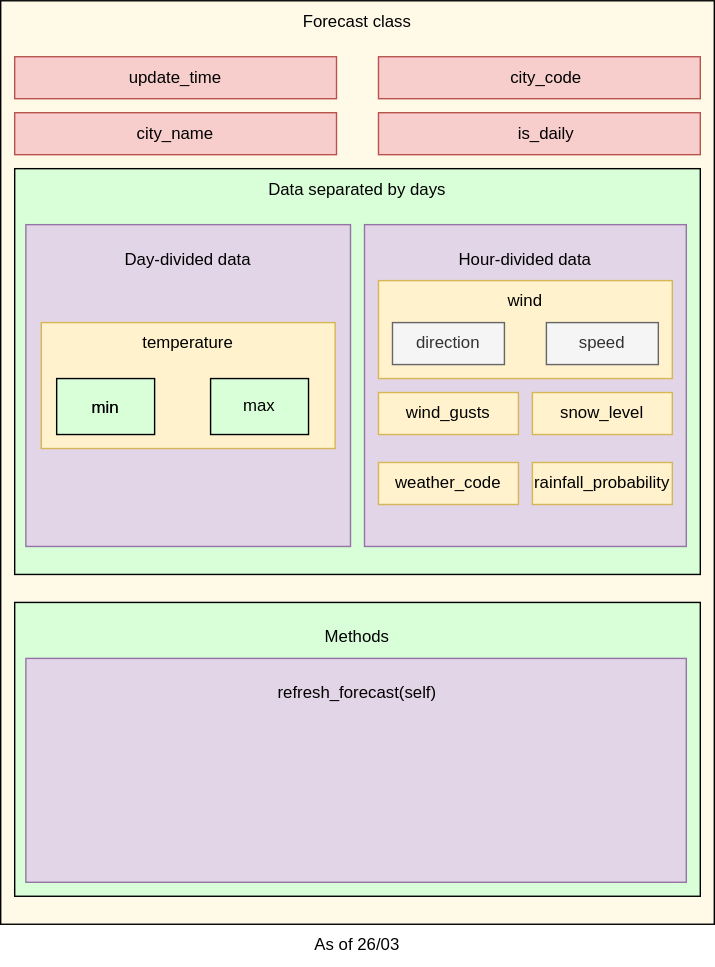
Earlier version of the draw.io export misc/forecast_class_vector.svg (Nekuake/AEMET-weather-wrapper). Source tidied: cells renumbered, new cells last; positions are measured from the earlier drawing's top-left corner, leaving out a move shared by most shapes.
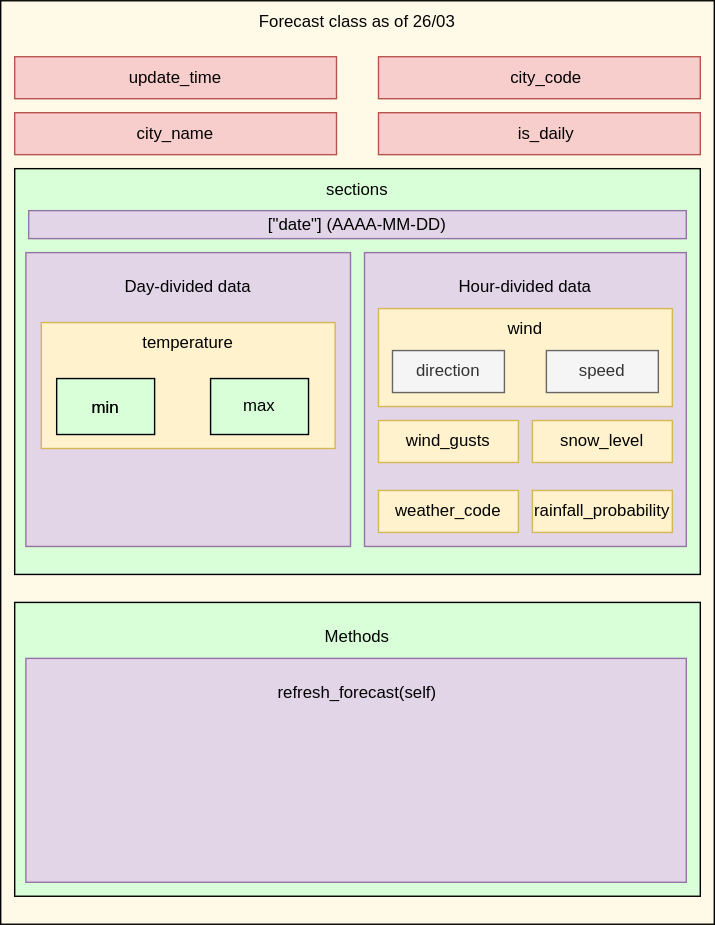
The same file after the commit.

What changed in the source:
```diff
@@ -5,7 +5,7 @@
     <mxCell id="2" style="rounded=0;whiteSpace=wrap;html=1;fillColor=#FFFAE8;" parent="1" vertex="1">
       <mxGeometry width="510" height="660" as="geometry" />
     </mxCell>
-    <mxCell id="3" value="Forecast class" style="text;html=1;strokeColor=none;fillColor=none;align=center;verticalAlign=middle;whiteSpace=wrap;rounded=0;" parent="1" vertex="1">
+    <mxCell id="3" value="Forecast class as of 26/03" style="text;html=1;strokeColor=none;fillColor=none;align=center;verticalAlign=middle;whiteSpace=wrap;rounded=0;" parent="1" vertex="1">
       <mxGeometry x="10" width="490" height="30" as="geometry" />
     </mxCell>
     <mxCell id="4" style="rounded=0;whiteSpace=wrap;html=1;fillColor=#f8cecc;strokeColor=#b85450;" parent="1" vertex="1">
@@ -35,20 +35,20 @@
     <mxCell id="12" style="rounded=0;whiteSpace=wrap;html=1;fillColor=#D9FFD9;" parent="1" vertex="1">
       <mxGeometry x="10" y="120" width="490" height="290" as="geometry" />
     </mxCell>
-    <mxCell id="13" value="Data separated by days" style="text;html=1;strokeColor=none;fillColor=none;align=center;verticalAlign=middle;whiteSpace=wrap;rounded=0;" parent="1" vertex="1">
+    <mxCell id="13" value="sections" style="text;html=1;strokeColor=none;fillColor=none;align=center;verticalAlign=middle;whiteSpace=wrap;rounded=0;" parent="1" vertex="1">
       <mxGeometry x="20" y="120" width="470" height="30" as="geometry" />
     </mxCell>
     <mxCell id="14" style="rounded=0;whiteSpace=wrap;html=1;fillColor=#e1d5e7;strokeColor=#9673a6;" parent="1" vertex="1">
-      <mxGeometry x="260" y="160" width="230" height="230" as="geometry" />
+      <mxGeometry x="260" y="180" width="230" height="210" as="geometry" />
     </mxCell>
     <mxCell id="15" value="Hour-divided data" style="text;html=1;strokeColor=none;fillColor=none;align=center;verticalAlign=middle;whiteSpace=wrap;rounded=0;" parent="1" vertex="1">
-      <mxGeometry x="270" y="170" width="210" height="30" as="geometry" />
+      <mxGeometry x="270" y="190" width="210" height="30" as="geometry" />
     </mxCell>
     <mxCell id="16" style="rounded=0;whiteSpace=wrap;html=1;fillColor=#e1d5e7;strokeColor=#9673a6;" parent="1" vertex="1">
-      <mxGeometry x="18" y="160" width="232" height="230" as="geometry" />
+      <mxGeometry x="18" y="180" width="232" height="210" as="geometry" />
     </mxCell>
     <mxCell id="17" value="Day-divided data" style="text;html=1;strokeColor=none;fillColor=none;align=center;verticalAlign=middle;whiteSpace=wrap;rounded=0;" parent="1" vertex="1">
-      <mxGeometry x="29" y="170" width="210" height="30" as="geometry" />
+      <mxGeometry x="29" y="190" width="210" height="30" as="geometry" />
     </mxCell>
     <mxCell id="18" style="rounded=0;whiteSpace=wrap;html=1;fillColor=#D9FFD9;" parent="1" vertex="1">
       <mxGeometry x="10" y="430" width="490" height="210" as="geometry" />
@@ -62,44 +62,41 @@
     <mxCell id="21" value="refresh_forecast(self)" style="text;html=1;strokeColor=none;fillColor=none;align=center;verticalAlign=middle;whiteSpace=wrap;rounded=0;" parent="1" vertex="1">
       <mxGeometry x="30" y="480" width="450" height="30" as="geometry" />
     </mxCell>
-    <mxCell id="22" value="As of 26/03" style="text;html=1;strokeColor=none;fillColor=none;align=center;verticalAlign=middle;whiteSpace=wrap;rounded=0;" parent="1" vertex="1">
-      <mxGeometry y="660" width="510" height="30" as="geometry" />
-    </mxCell>
     <mxCell id="23" style="rounded=0;whiteSpace=wrap;html=1;fillColor=#fff2cc;strokeColor=#d6b656;" parent="1" vertex="1">
-      <mxGeometry x="270" y="200" width="210" height="70" as="geometry" />
+      <mxGeometry x="270" y="220" width="210" height="70" as="geometry" />
     </mxCell>
     <mxCell id="24" value="wind" style="text;html=1;strokeColor=none;fillColor=none;align=center;verticalAlign=middle;whiteSpace=wrap;rounded=0;" parent="1" vertex="1">
-      <mxGeometry x="345" y="200" width="60" height="30" as="geometry" />
+      <mxGeometry x="345" y="220" width="60" height="30" as="geometry" />
     </mxCell>
     <mxCell id="25" value="direction" style="rounded=0;whiteSpace=wrap;html=1;fillColor=#f5f5f5;strokeColor=#666666;fontColor=#333333;" parent="1" vertex="1">
-      <mxGeometry x="280" y="230" width="80" height="30" as="geometry" />
+      <mxGeometry x="280" y="250" width="80" height="30" as="geometry" />
     </mxCell>
     <mxCell id="26" value="speed" style="text;html=1;strokeColor=#666666;fillColor=#f5f5f5;align=center;verticalAlign=middle;whiteSpace=wrap;rounded=0;fontColor=#333333;" parent="1" vertex="1">
-      <mxGeometry x="390" y="230" width="80" height="30" as="geometry" />
+      <mxGeometry x="390" y="250" width="80" height="30" as="geometry" />
     </mxCell>
     <mxCell id="27" style="rounded=0;whiteSpace=wrap;html=1;fillColor=#fff2cc;strokeColor=#d6b656;" parent="1" vertex="1">
-      <mxGeometry x="270" y="280" width="100" height="30" as="geometry" />
+      <mxGeometry x="270" y="300" width="100" height="30" as="geometry" />
     </mxCell>
     <mxCell id="28" value="wind_gusts" style="text;html=1;strokeColor=none;fillColor=none;align=center;verticalAlign=middle;whiteSpace=wrap;rounded=0;" parent="1" vertex="1">
-      <mxGeometry x="290" y="280" width="60" height="30" as="geometry" />
+      <mxGeometry x="290" y="300" width="60" height="30" as="geometry" />
     </mxCell>
     <mxCell id="29" style="rounded=0;whiteSpace=wrap;html=1;fillColor=#fff2cc;strokeColor=#d6b656;" parent="1" vertex="1">
-      <mxGeometry x="380" y="280" width="100" height="30" as="geometry" />
+      <mxGeometry x="380" y="300" width="100" height="30" as="geometry" />
     </mxCell>
     <mxCell id="30" value="snow_level" style="text;html=1;strokeColor=none;fillColor=none;align=center;verticalAlign=middle;whiteSpace=wrap;rounded=0;" parent="1" vertex="1">
-      <mxGeometry x="400" y="280" width="60" height="30" as="geometry" />
+      <mxGeometry x="400" y="300" width="60" height="30" as="geometry" />
     </mxCell>
     <mxCell id="31" style="rounded=0;whiteSpace=wrap;html=1;fillColor=#fff2cc;strokeColor=#d6b656;" parent="1" vertex="1">
-      <mxGeometry x="270" y="330" width="100" height="30" as="geometry" />
+      <mxGeometry x="270" y="350" width="100" height="30" as="geometry" />
     </mxCell>
     <mxCell id="32" value="weather_code" style="text;html=1;strokeColor=none;fillColor=none;align=center;verticalAlign=middle;whiteSpace=wrap;rounded=0;" parent="1" vertex="1">
-      <mxGeometry x="280" y="330" width="80" height="30" as="geometry" />
+      <mxGeometry x="280" y="350" width="80" height="30" as="geometry" />
     </mxCell>
     <mxCell id="33" style="rounded=0;whiteSpace=wrap;html=1;fillColor=#fff2cc;strokeColor=#d6b656;" parent="1" vertex="1">
-      <mxGeometry x="380" y="330" width="100" height="30" as="geometry" />
+      <mxGeometry x="380" y="350" width="100" height="30" as="geometry" />
     </mxCell>
     <mxCell id="34" value="rainfall_probability" style="text;html=1;strokeColor=none;fillColor=none;align=center;verticalAlign=middle;whiteSpace=wrap;rounded=0;" parent="1" vertex="1">
-      <mxGeometry x="390" y="330" width="80" height="30" as="geometry" />
+      <mxGeometry x="390" y="350" width="80" height="30" as="geometry" />
     </mxCell>
     <mxCell id="35" style="rounded=0;whiteSpace=wrap;html=1;fillColor=#fff2cc;strokeColor=#d6b656;" parent="1" vertex="1">
       <mxGeometry x="29" y="230" width="210" height="90" as="geometry" />
@@ -122,5 +119,11 @@
     <mxCell id="41" value="max" style="text;html=1;strokeColor=none;fillColor=none;align=center;verticalAlign=middle;whiteSpace=wrap;rounded=0;" parent="1" vertex="1">
       <mxGeometry x="150" y="280" width="70" height="20" as="geometry" />
     </mxCell>
+    <mxCell id="42" style="rounded=0;whiteSpace=wrap;html=1;fillColor=#e1d5e7;strokeColor=#9673a6;" parent="1" vertex="1">
+      <mxGeometry x="20" y="150" width="470" height="20" as="geometry" />
+    </mxCell>
+    <mxCell id="43" value="[&quot;date&quot;] (AAAA-MM-DD)" style="text;html=1;strokeColor=none;fillColor=none;align=center;verticalAlign=middle;whiteSpace=wrap;rounded=0;" parent="1" vertex="1">
+      <mxGeometry x="20" y="145" width="470" height="30" as="geometry" />
+    </mxCell>
   </root>
 </mxGraphModel>
```
